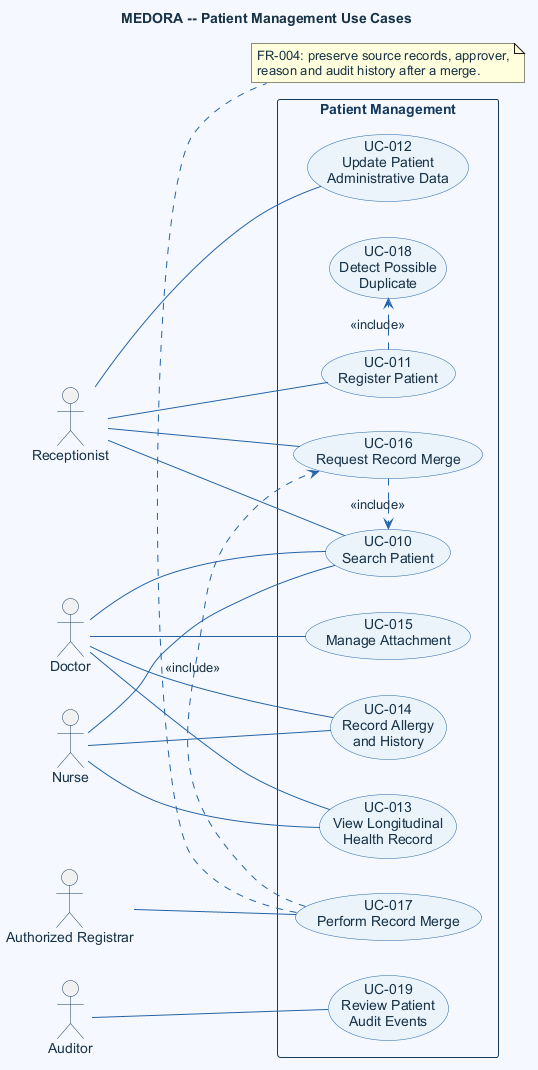
Earlier version of the PlantUML export doc/asset/03-system-requirements/use-case-by-function/patient-management/figure/patient-management.png (DucDung-1107/SysDes_2026.1_Group_08).
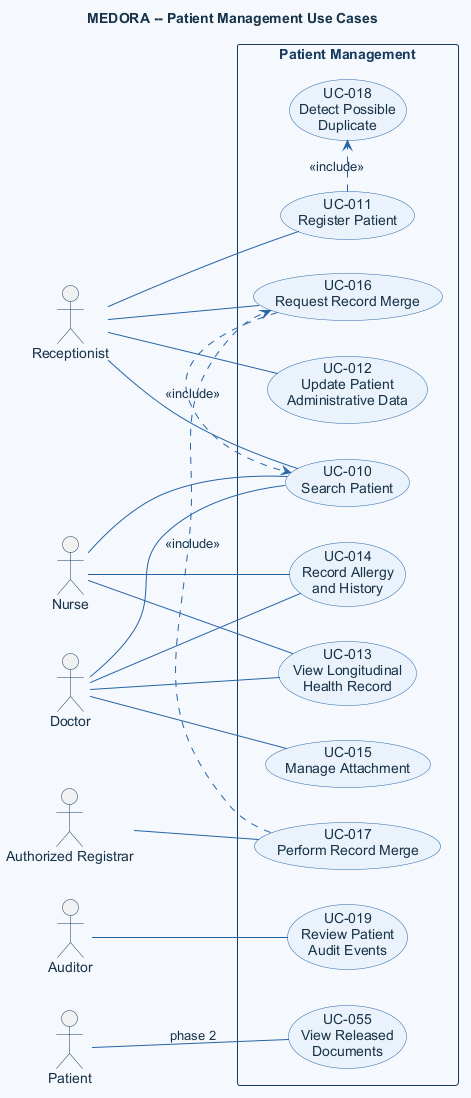
After the commit.

Change to the diagram source:
```diff
@@ -20,6 +20,7 @@
 actor Doctor as doctor
 actor "Authorized Registrar" as registrar
 actor Auditor as auditor
+actor Patient as patient
 
 rectangle "Patient Management" {
   usecase "UC-010\nSearch Patient" as search
@@ -32,6 +33,7 @@
   usecase "UC-017\nPerform Record Merge" as merge
   usecase "UC-018\nDetect Possible\nDuplicate" as duplicate
   usecase "UC-019\nReview Patient\nAudit Events" as audit
+  usecase "UC-055\nView Released\nDocuments" as releasedDocuments
 }
 
 reception -- search
@@ -47,13 +49,10 @@
 doctor -- attachment
 registrar -- merge
 auditor -- audit
+patient -- releasedDocuments : phase 2
 
 register .> duplicate : <<include>>
 mergeRequest .> search : <<include>>
 merge .> mergeRequest : <<include>>
 
-note bottom of merge
-  FR-004: preserve source records, approver,
-  reason and audit history after a merge.
-end note
 @enduml
```
